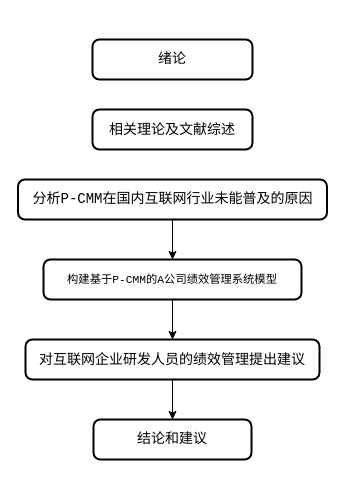
Earlier version of the draw.io diagram 未命名绘图.drawio (guzhenhuaGitHub/draw_io). Source tidied: cells renumbered, new cells numbered last; positions are measured from the earlier drawing's top-left corner, leaving out a move shared by most shapes. Both pictures are drawn from the tidied source at 100%, with x=0, y=0 at pixel (18, 39).
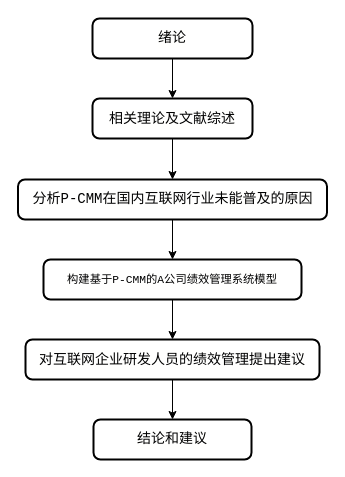
The same page after the edit.

What changed in the source:
```diff
@@
 <mxGraphModel>
   <root>
     <mxCell id="0" />
     <mxCell id="1" parent="0" />
+    <mxCell id="11" style="edgeStyle=orthogonalEdgeStyle;rounded=0;jettySize=auto;html=1;" parent="1" edge="1" source="2" target="10">
+      <mxGeometry relative="1" as="geometry" />
+    </mxCell>
     <mxCell id="2" value="&lt;div style=&quot;background-color: rgb(255, 255, 254); font-family: Consolas, &amp;quot;Courier New&amp;quot;, monospace; font-size: 14px; line-height: 19px; white-space: pre;&quot;&gt;&lt;span&gt;&lt;font style=&quot;color: rgb(0, 0, 0);&quot;&gt;绪论&lt;/font&gt;&lt;/span&gt;&lt;/div&gt;" style="rounded=1;whiteSpace=wrap;html=1;absoluteArcSize=1;arcSize=14;strokeWidth=2;" parent="1" vertex="1">
-      <mxGeometry x="74" width="160" height="40" as="geometry" />
+      <mxGeometry x="74" y="-21" width="160" height="40" as="geometry" />
     </mxCell>
     <mxCell id="3" style="edgeStyle=orthogonalEdgeStyle;rounded=0;jettySize=auto;html=1;" parent="1" edge="1" source="4" target="6">
       <mxGeometry relative="1" as="geometry" />
     </mxCell>
     <mxCell id="4" value="&lt;div style=&quot;background-color: rgb(255, 255, 254); font-family: Consolas, &amp;quot;Courier New&amp;quot;, monospace; font-size: 14px; line-height: 19px; white-space: pre;&quot;&gt;&lt;span style=&quot;font-size: 8.47pt;&quot;&gt;构建基于P-CMM的A公司绩效管理系统模型&lt;/span&gt;&lt;br&gt;&lt;/div&gt;" style="rounded=1;whiteSpace=wrap;html=1;absoluteArcSize=1;arcSize=14;strokeWidth=2;" parent="1" vertex="1">
       <mxGeometry x="25" y="220" width="258" height="40" as="geometry" />
     </mxCell>
     <mxCell id="5" style="edgeStyle=orthogonalEdgeStyle;rounded=0;jettySize=auto;html=1;" parent="1" edge="1" source="6" target="7">
       <mxGeometry relative="1" as="geometry" />
     </mxCell>
     <mxCell id="6" value="&lt;div style=&quot;background-color: rgb(255, 255, 254); font-family: Consolas, &amp;quot;Courier New&amp;quot;, monospace; font-size: 14px; line-height: 19px; white-space: pre;&quot;&gt;&lt;p class=&quot;MsoNormal&quot;&gt;&lt;span style=&quot;mso-spacerun:'yes';font-family:宋体;font-size:10.5000pt;&lt;br/&gt;mso-font-kerning:1.0000pt;&quot;&gt;对互联网企业研发人员的绩效管理提出建议&lt;/span&gt;&lt;/p&gt;&lt;/div&gt;" style="rounded=1;whiteSpace=wrap;html=1;absoluteArcSize=1;arcSize=14;strokeWidth=2;" parent="1" vertex="1">
       <mxGeometry x="7" y="300" width="294" height="40" as="geometry" />
     </mxCell>
     <mxCell id="7" value="&lt;div style=&quot;background-color: rgb(255, 255, 254); font-family: Consolas, &amp;quot;Courier New&amp;quot;, monospace; font-size: 14px; line-height: 19px; white-space: pre;&quot;&gt;&lt;div style=&quot;line-height: 19px;&quot;&gt;&lt;span style=&quot;&quot;&gt;结论和建议&lt;/span&gt;&lt;/div&gt;&lt;/div&gt;" style="rounded=1;whiteSpace=wrap;html=1;absoluteArcSize=1;arcSize=14;strokeWidth=2;fontColor=#000000;" parent="1" vertex="1">
       <mxGeometry x="75" y="380" width="158" height="40" as="geometry" />
     </mxCell>
     <mxCell id="8" style="edgeStyle=orthogonalEdgeStyle;rounded=0;jettySize=auto;html=1;" parent="1" edge="1" source="9" target="4">
       <mxGeometry relative="1" as="geometry" />
     </mxCell>
     <mxCell id="9" value="&lt;div style=&quot;background-color: rgb(255, 255, 254); font-family: Consolas, &amp;quot;Courier New&amp;quot;, monospace; font-size: 14px; line-height: 19px; white-space: pre;&quot;&gt;&lt;span&gt;&lt;font style=&quot;color: rgb(0, 0, 0);&quot;&gt;分析P-CMM在国内互联网行业未能普及的原因&lt;/font&gt;&lt;/span&gt;&lt;/div&gt;" style="rounded=1;whiteSpace=wrap;html=1;absoluteArcSize=1;arcSize=14;strokeWidth=2;" parent="1" vertex="1">
       <mxGeometry x="-0.5" y="140" width="309" height="40" as="geometry" />
     </mxCell>
+    <mxCell id="12" style="edgeStyle=orthogonalEdgeStyle;rounded=0;jettySize=auto;html=1;" parent="1" edge="1" source="10" target="9">
+      <mxGeometry relative="1" as="geometry" />
+    </mxCell>
     <mxCell id="10" value="&lt;div style=&quot;background-color: rgb(255, 255, 254); font-family: Consolas, &amp;quot;Courier New&amp;quot;, monospace; font-size: 14px; line-height: 19px; white-space: pre;&quot;&gt;&lt;p class=&quot;MsoNormal&quot;&gt;&lt;span style=&quot;mso-spacerun:'yes';font-family:宋体;font-size:10.5000pt;&lt;br/&gt;mso-font-kerning:1.0000pt;&quot;&gt;相关理论及文献综述&lt;/span&gt;&lt;/p&gt;&lt;/div&gt;" style="rounded=1;whiteSpace=wrap;html=1;absoluteArcSize=1;arcSize=14;strokeWidth=2;" parent="1" vertex="1">
-      <mxGeometry x="74" y="70" width="160" height="40" as="geometry" />
+      <mxGeometry x="74" y="59" width="160" height="40" as="geometry" />
     </mxCell>
   </root>
 </mxGraphModel>
```
